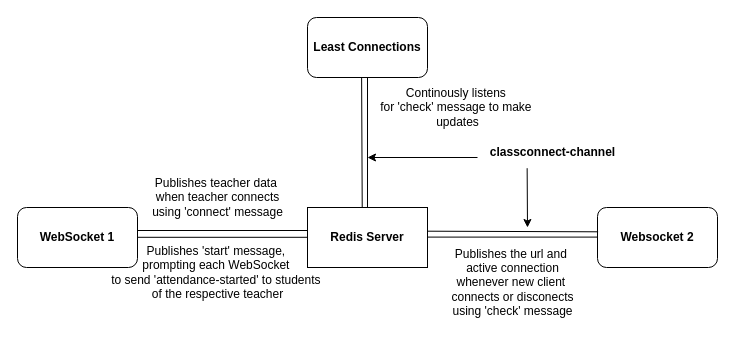
Before: Documentation/Redis Connections.drawio in UrmilPawar/ClassConnect, a draw.io diagram. Source tidied: cells renumbered, new cells numbered last; positions are measured from the earlier drawing's top-left corner, leaving out a move shared by most shapes. Both pictures are drawn from the tidied source at 100%, with x=0, y=0 at pixel (17, 17).
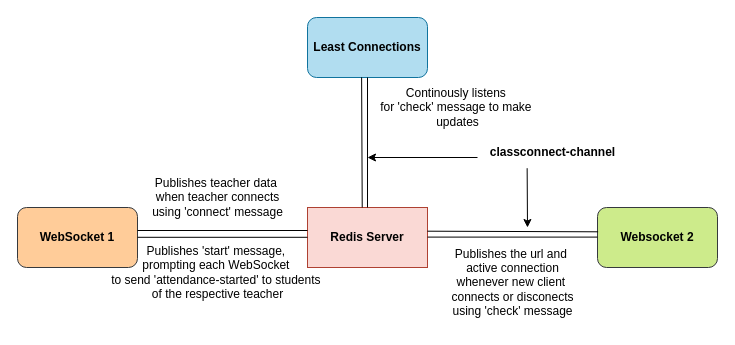
The same diagram, later.

Change to the diagram source:
```diff
@@
-    <mxCell id="2" value="&lt;b&gt;WebSocket 1&lt;/b&gt;" style="rounded=1;whiteSpace=wrap;html=1;" parent="1" vertex="1">
+    <mxCell id="2" value="&lt;b&gt;WebSocket 1&lt;/b&gt;" style="rounded=1;whiteSpace=wrap;html=1;fillColor=#ffcc99;strokeColor=#36393d;" parent="1" vertex="1">
       <mxGeometry y="190" width="120" height="60" as="geometry" />
     </mxCell>
-    <mxCell id="3" value="&lt;b&gt;Websocket 2&lt;/b&gt;" style="rounded=1;whiteSpace=wrap;html=1;" parent="1" vertex="1">
+    <mxCell id="3" value="&lt;b&gt;Websocket 2&lt;/b&gt;" style="rounded=1;whiteSpace=wrap;html=1;fillColor=#cdeb8b;strokeColor=#36393d;" parent="1" vertex="1">
       <mxGeometry x="580" y="190" width="120" height="60" as="geometry" />
     </mxCell>
-    <mxCell id="4" value="&lt;b&gt;Least Connections&lt;/b&gt;" style="rounded=1;whiteSpace=wrap;html=1;" parent="1" vertex="1">
+    <mxCell id="4" value="&lt;b&gt;Least Connections&lt;/b&gt;" style="rounded=1;whiteSpace=wrap;html=1;fillColor=#b1ddf0;strokeColor=#10739e;" parent="1" vertex="1">
       <mxGeometry x="290" width="120" height="60" as="geometry" />
     </mxCell>
-    <mxCell id="5" value="&lt;b&gt;Redis Server&lt;/b&gt;" style="rounded=0;whiteSpace=wrap;html=1;" parent="1" vertex="1">
+    <mxCell id="5" value="&lt;b&gt;Redis Server&lt;/b&gt;" style="rounded=0;whiteSpace=wrap;html=1;fillColor=#fad9d5;strokeColor=#ae4132;" parent="1" vertex="1">
       <mxGeometry x="290" y="190" width="120" height="60" as="geometry" />
     </mxCell>
```
